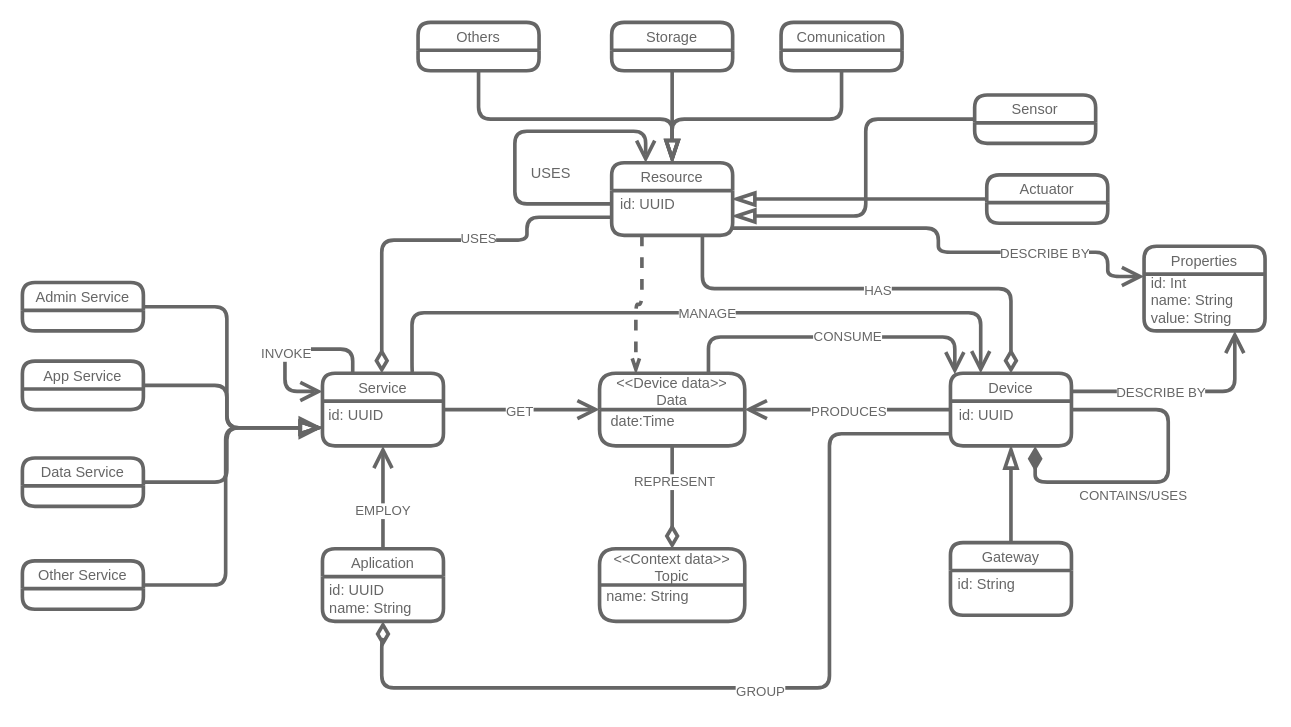
This is 3. Proyecto/drawio/HenryModelo.drawio from MrDahaniel/StarDuck, a draw.io file, before an edit. Source tidied: cells renumbered, new cells numbered last; positions are measured from the earlier drawing's top-left corner, leaving out a move shared by most shapes. Both pictures are drawn from the tidied source at 121%, with x=0, y=0 at pixel (22, 22).
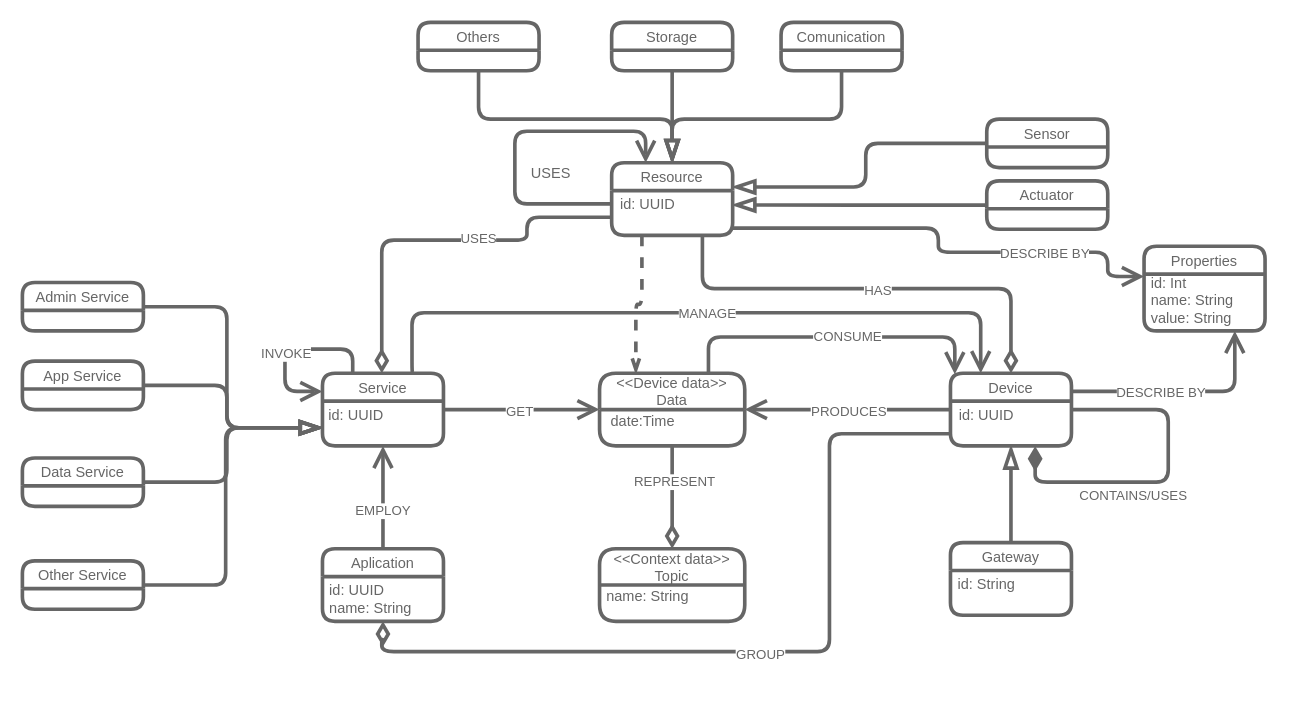
After the change.

The change refers to these unchanged cells:
```xml
<mxCell id="19" value="Other Service" style="swimlane;strokeWidth=3;rounded=1;fontStyle=0;strokeColor=#666666;fillColor=#FFFFFF;fontColor=#666666;" parent="1" vertex="1">
  <mxGeometry y="445" width="100" height="40" as="geometry" />
</mxCell>
<mxCell id="22" value="Aplication" style="swimlane;strokeWidth=3;rounded=1;fontStyle=0;strokeColor=#666666;fillColor=#FFFFFF;fontColor=#666666;" parent="1" vertex="1">
  <mxGeometry x="248" y="435" width="100" height="60" as="geometry" />
</mxCell>
<mxCell id="49" value="id: UUID" style="text;html=1;strokeColor=none;fillColor=none;align=center;verticalAlign=middle;whiteSpace=wrap;rounded=0;fontColor=#666666;" parent="1" vertex="1">
  <mxGeometry x="767" y="310" width="60" height="30" as="geometry" />
</mxCell>
<mxCell id="50" value="Resource" style="swimlane;strokeWidth=3;rounded=1;fontStyle=0;strokeColor=#666666;fillColor=#FFFFFF;fontColor=#666666;" parent="1" vertex="1">
  <mxGeometry x="487" y="116" width="100" height="60" as="geometry" />
</mxCell>
<mxCell id="53" value="Service" style="swimlane;strokeWidth=3;rounded=1;fontStyle=0;strokeColor=#666666;fillColor=#FFFFFF;fontColor=#666666;" parent="1" vertex="1">
  <mxGeometry x="248" y="290" width="100" height="60" as="geometry" />
</mxCell>
```

The edit, as a diff of the source:
```diff
@@
     <mxCell id="8" style="edgeStyle=orthogonalEdgeStyle;shape=connector;curved=0;rounded=1;jettySize=auto;html=1;labelBackgroundColor=default;strokeColor=#666666;strokeWidth=3;align=center;verticalAlign=middle;fontFamily=Helvetica;fontSize=11;fontColor=#666666;endArrow=blockThin;endFill=0;endSize=12;" parent="1" edge="1" source="9">
       <mxGeometry relative="1" as="geometry">
-        <mxPoint x="587" y="160" as="targetPoint" />
+        <mxPoint x="587" y="136" as="targetPoint" />
         <Array as="points">
-          <mxPoint x="697" y="80" />
-          <mxPoint x="697" y="160" />
+          <mxPoint x="697" y="100" />
+          <mxPoint x="697" y="136" />
         </Array>
       </mxGeometry>
     </mxCell>
     <mxCell id="9" value="Sensor" style="swimlane;strokeWidth=3;rounded=1;fontStyle=0;strokeColor=#666666;fillColor=#FFFFFF;fontColor=#666666;" parent="1" vertex="1">
-      <mxGeometry x="787" y="60" width="100" height="40" as="geometry" />
+      <mxGeometry x="797" y="80" width="100" height="40" as="geometry" />
     </mxCell>
-    <mxCell id="10" style="edgeStyle=orthogonalEdgeStyle;shape=connector;curved=0;rounded=1;jettySize=auto;html=1;entryX=1;entryY=0.5;entryDx=0;entryDy=0;labelBackgroundColor=default;strokeColor=#666666;strokeWidth=3;align=center;verticalAlign=middle;fontFamily=Helvetica;fontSize=11;fontColor=#666666;endArrow=blockThin;endFill=0;endSize=12;exitX=0;exitY=0.5;exitDx=0;exitDy=0;" parent="1" edge="1" source="11" target="50">
-      <mxGeometry relative="1" as="geometry">
-        <Array as="points">
-          <mxPoint x="767" y="146" />
-          <mxPoint x="767" y="146" />
-        </Array>
-      </mxGeometry>
-    </mxCell>
+    <mxCell id="66" style="edgeStyle=orthogonalEdgeStyle;shape=connector;curved=0;rounded=1;jettySize=auto;html=1;exitX=0;exitY=0.5;exitDx=0;exitDy=0;labelBackgroundColor=default;strokeColor=#666666;strokeWidth=3;align=center;verticalAlign=middle;fontFamily=Helvetica;fontSize=11;fontColor=#666666;endArrow=blockThin;endFill=0;endSize=12;" parent="1" edge="1" source="11">
+      <mxGeometry relative="1" as="geometry">
+        <mxPoint x="587" y="150.9" as="targetPoint" />
+      </mxGeometry>
+    </mxCell>
     <mxCell id="11" value="Actuator" style="swimlane;strokeWidth=3;rounded=1;fontStyle=0;strokeColor=#666666;fillColor=#FFFFFF;fontColor=#666666;" parent="1" vertex="1">
-      <mxGeometry x="797" y="126" width="100" height="40" as="geometry" />
+      <mxGeometry x="797" y="131" width="100" height="40" as="geometry" />
     </mxCell>
@@
-    <mxCell id="18" style="edgeStyle=orthogonalEdgeStyle;shape=connector;curved=0;rounded=1;jettySize=auto;html=1;entryX=0;entryY=0.75;entryDx=0;entryDy=0;labelBackgroundColor=default;strokeColor=#666666;strokeWidth=3;align=center;verticalAlign=middle;fontFamily=Helvetica;fontSize=11;fontColor=#666666;endArrow=block;endFill=0;endSize=12;" parent="1" edge="1" source="19" target="53">
+    <mxCell id="18" style="edgeStyle=orthogonalEdgeStyle;shape=connector;curved=0;rounded=1;jettySize=auto;html=1;entryX=0;entryY=0.75;entryDx=0;entryDy=0;labelBackgroundColor=default;strokeColor=#666666;strokeWidth=3;align=center;verticalAlign=middle;fontFamily=Helvetica;fontSize=11;fontColor=#666666;endArrow=blockThin;endFill=0;endSize=12;" parent="1" edge="1" source="19" target="53">
       <mxGeometry relative="1" as="geometry">
         <Array as="points">
           <mxPoint x="168" y="465" />
           <mxPoint x="168" y="335" />
         </Array>
       </mxGeometry>
     </mxCell>
@@
     <mxCell id="42" style="edgeStyle=orthogonalEdgeStyle;shape=connector;curved=0;rounded=1;jettySize=auto;html=1;exitX=0;exitY=1;exitDx=0;exitDy=0;entryX=0.5;entryY=1;entryDx=0;entryDy=0;labelBackgroundColor=default;strokeColor=#666666;strokeWidth=3;align=center;verticalAlign=middle;fontFamily=Helvetica;fontSize=11;fontColor=#666666;endArrow=diamondThin;endFill=0;jumpSize=5;endSize=12;" parent="1" edge="1" source="49" target="22">
       <mxGeometry relative="1" as="geometry">
         <Array as="points">
           <mxPoint x="667" y="340" />
-          <mxPoint x="667" y="550" />
-          <mxPoint x="297" y="550" />
+          <mxPoint x="667" y="520" />
+          <mxPoint x="297" y="520" />
           <mxPoint x="297" y="510" />
           <mxPoint x="298" y="510" />
         </Array>
       </mxGeometry>
     </mxCell>
```
